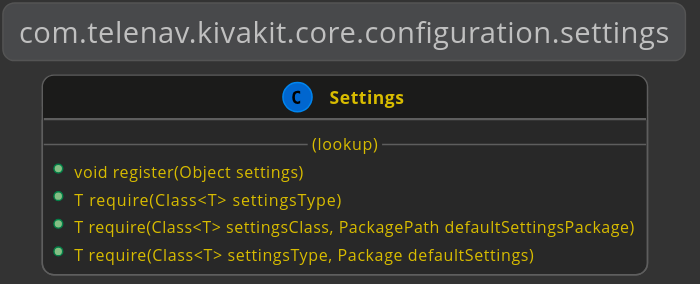
This is kivakit-core/configuration/documentation/diagrams/com.telenav.kivakit.core.configuration.settings.svg from Telenav/kivakit, a PlantUML export, as it was before one commit.
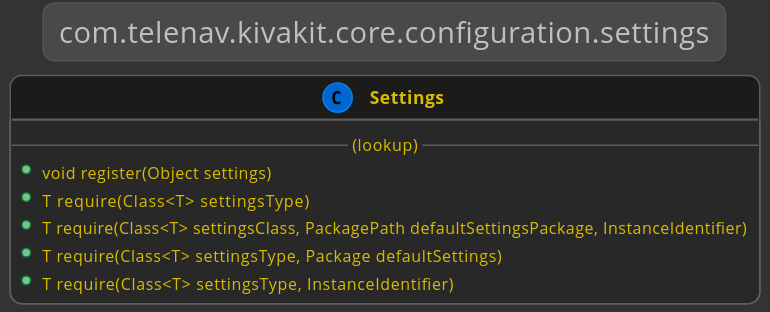
Later version of the same file.

What changed in the source:
```diff
@@ -9,8 +9,9 @@
         --(lookup)--
         +void register(Object settings)
         +T require(Class<T> settingsType)
-        +T require(Class<T> settingsClass, PackagePath defaultSettingsPackage)
+        +T require(Class<T> settingsClass, PackagePath defaultSettingsPackage, InstanceIdentifier)
         +T require(Class<T> settingsType, Package defaultSettings)
+        +T require(Class<T> settingsType, InstanceIdentifier)
     }
 
 @enduml
```
